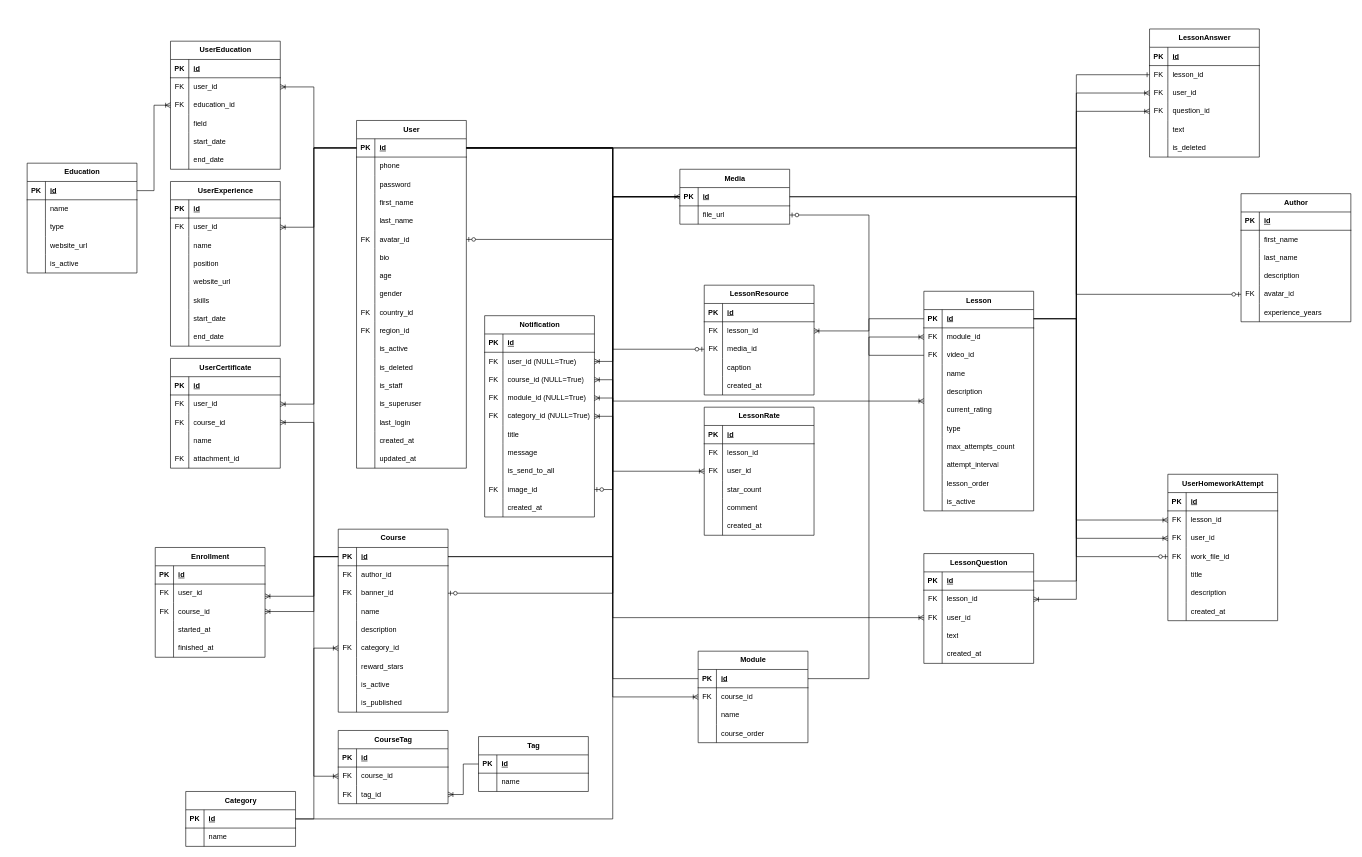
UIC-Academy/uicdev keeps this draw.io diagram as docs/uicdev.drawio. Above is the earlier version. Source tidied: cells renumbered, new cells numbered last; positions are measured from the earlier drawing's top-left corner, leaving out a move shared by most shapes. Both pictures are drawn from the tidied source at 61%, with x=0, y=0 at pixel (27, 29).
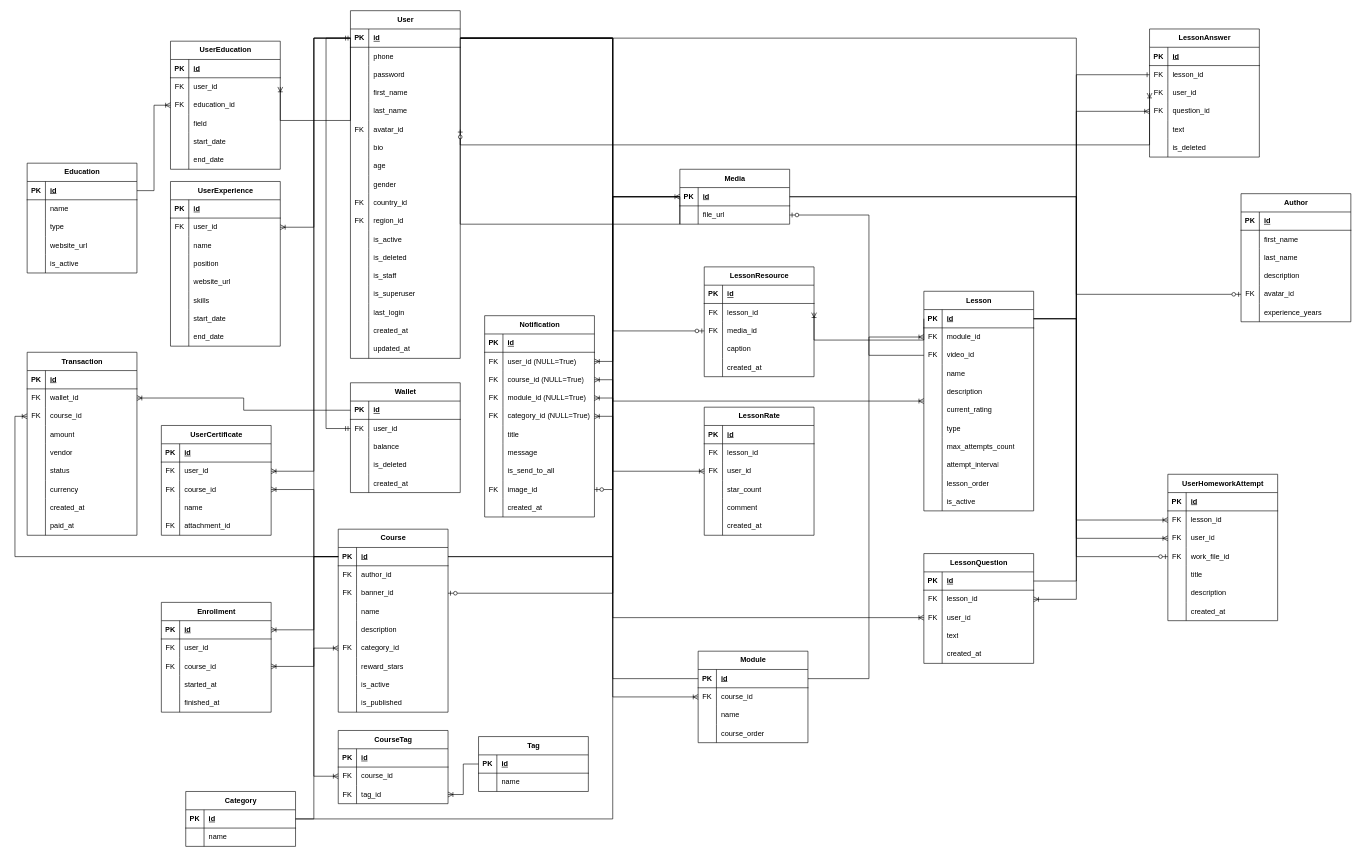
After the change.

The change refers to these unchanged cells:
```xml
<mxCell id="3" style="shape=tableRow;horizontal=0;startSize=0;swimlaneHead=0;swimlaneBody=0;fillColor=none;points=[[0,0.5],[1,0.5]];portConstraint=eastwest;top=0;left=0;right=0;bottom=1;" parent="2" vertex="1">
  <mxGeometry y="30" width="180" height="30" as="geometry" />
</mxCell>
<mxCell id="135" style="shape=tableRow;horizontal=0;startSize=0;swimlaneHead=0;swimlaneBody=0;fillColor=none;points=[[0,0.5],[1,0.5]];portConstraint=eastwest;top=0;left=0;right=0;bottom=1;" parent="134" vertex="1">
  <mxGeometry y="30" width="180" height="30" as="geometry" />
</mxCell>
```

Diff of the diagram source:
```diff
@@
     <mxCell id="2" value="User" style="shape=table;startSize=30;childLayout=tableLayout;rowLines=0;fontStyle=1;align=center;html=1;" parent="1" vertex="1">
-      <mxGeometry x="540" y="150" width="180" height="570" as="geometry" />
+      <mxGeometry x="530" y="-30" width="180" height="570" as="geometry" />
     </mxCell>
@@
     <mxCell id="118" value="UserCertificate" style="shape=table;startSize=30;childLayout=tableLayout;rowLines=0;fontStyle=1;align=center;html=1;" parent="1" vertex="1">
-      <mxGeometry x="235" y="540" width="180" height="180" as="geometry" />
+      <mxGeometry x="220" y="650" width="180" height="180" as="geometry" />
     </mxCell>
@@
     <mxCell id="203" value="Enrollment" style="shape=table;startSize=30;childLayout=tableLayout;rowLines=0;fontStyle=1;align=center;html=1;" parent="1" vertex="1">
-      <mxGeometry x="210" y="850" width="180" height="180" as="geometry" />
+      <mxGeometry x="220" y="940" width="180" height="180" as="geometry" />
     </mxCell>
@@
-    <mxCell id="219" style="edgeStyle=elbowEdgeStyle;fontSize=12;html=1;endArrow=ERoneToMany;rounded=0;exitX=0;exitY=0.5;exitDx=0;exitDy=0;" parent="1" edge="1" source="3">
+    <mxCell id="219" style="edgeStyle=elbowEdgeStyle;fontSize=12;html=1;endArrow=ERoneToMany;rounded=0;exitX=0;exitY=0.5;exitDx=0;exitDy=0;entryX=1;entryY=0.25;entryDx=0;entryDy=0;" parent="1" edge="1" source="3" target="203">
       <mxGeometry relative="1" as="geometry">
-        <mxPoint x="390" y="930" as="targetPoint" />
         <Array as="points">
           <mxPoint x="470" y="560" />
         </Array>
       </mxGeometry>
     </mxCell>
@@
     <mxCell id="256" value="LessonResource" style="shape=table;startSize=30;childLayout=tableLayout;rowLines=0;fontStyle=1;align=center;html=1;" parent="1" vertex="1">
-      <mxGeometry x="1110" y="420" width="180" height="180" as="geometry" />
+      <mxGeometry x="1110" y="390" width="180" height="180" as="geometry" />
     </mxCell>
@@
+    <mxCell id="431" value="Wallet" style="shape=table;startSize=30;childLayout=tableLayout;rowLines=0;fontStyle=1;align=center;html=1;" parent="1" vertex="1">
+      <mxGeometry x="530" y="580" width="180" height="180" as="geometry" />
+    </mxCell>
+    <mxCell id="432" style="shape=tableRow;horizontal=0;startSize=0;swimlaneHead=0;swimlaneBody=0;fillColor=none;points=[[0,0.5],[1,0.5]];portConstraint=eastwest;top=0;left=0;right=0;bottom=1;" parent="431" vertex="1">
+      <mxGeometry y="30" width="180" height="30" as="geometry" />
+    </mxCell>
+    <mxCell id="433" value="PK" style="shape=partialRectangle;fillColor=none;top=0;left=0;bottom=0;right=0;fontStyle=1;overflow=hidden;whiteSpace=wrap;html=1;" parent="432" vertex="1">
+      <mxGeometry width="30" height="30" as="geometry" />
+    </mxCell>
+    <mxCell id="434" value="id" style="shape=partialRectangle;fillColor=none;top=0;left=0;bottom=0;right=0;align=left;spacingLeft=6;fontStyle=5;overflow=hidden;whiteSpace=wrap;html=1;" parent="432" vertex="1">
+      <mxGeometry x="30" width="150" height="30" as="geometry" />
+    </mxCell>
+    <mxCell id="435" style="shape=tableRow;horizontal=0;startSize=0;swimlaneHead=0;swimlaneBody=0;fillColor=none;points=[[0,0.5],[1,0.5]];portConstraint=eastwest;top=0;left=0;right=0;bottom=0;" parent="431" vertex="1">
+      <mxGeometry y="60" width="180" height="30" as="geometry" />
+    </mxCell>
+    <mxCell id="436" value="FK" style="shape=partialRectangle;fillColor=none;top=0;left=0;bottom=0;right=0;overflow=hidden;whiteSpace=wrap;html=1;" parent="435" vertex="1">
+      <mxGeometry width="30" height="30" as="geometry" />
+    </mxCell>
+    <mxCell id="437" value="user_id" style="shape=partialRectangle;fillColor=none;top=0;left=0;bottom=0;right=0;align=left;spacingLeft=6;overflow=hidden;whiteSpace=wrap;html=1;" parent="435" vertex="1">
+      <mxGeometry x="30" width="150" height="30" as="geometry" />
+    </mxCell>
+    <mxCell id="438" style="shape=tableRow;horizontal=0;startSize=0;swimlaneHead=0;swimlaneBody=0;fillColor=none;top=0;left=0;right=0;bottom=0;" parent="431" vertex="1">
+      <mxGeometry y="90" width="180" height="30" as="geometry" />
+    </mxCell>
+    <mxCell id="439" style="shape=partialRectangle;fillColor=none;top=0;left=0;bottom=0;right=0;overflow=hidden;whiteSpace=wrap;html=1;" parent="438" vertex="1">
+      <mxGeometry width="30" height="30" as="geometry" />
+    </mxCell>
+    <mxCell id="440" value="balance" style="shape=partialRectangle;fillColor=none;top=0;left=0;bottom=0;right=0;align=left;spacingLeft=6;overflow=hidden;whiteSpace=wrap;html=1;" parent="438" vertex="1">
+      <mxGeometry x="30" width="150" height="30" as="geometry" />
+    </mxCell>
+    <mxCell id="441" style="shape=tableRow;horizontal=0;startSize=0;swimlaneHead=0;swimlaneBody=0;fillColor=none;top=0;left=0;right=0;bottom=0;" parent="431" vertex="1">
+      <mxGeometry y="120" width="180" height="30" as="geometry" />
+    </mxCell>
+    <mxCell id="442" style="shape=partialRectangle;fillColor=none;top=0;left=0;bottom=0;right=0;overflow=hidden;whiteSpace=wrap;html=1;" parent="441" vertex="1">
+      <mxGeometry width="30" height="30" as="geometry" />
+    </mxCell>
+    <mxCell id="443" value="is_deleted" style="shape=partialRectangle;fillColor=none;top=0;left=0;bottom=0;right=0;align=left;spacingLeft=6;overflow=hidden;whiteSpace=wrap;html=1;" parent="441" vertex="1">
+      <mxGeometry x="30" width="150" height="30" as="geometry" />
+    </mxCell>
+    <mxCell id="444" style="shape=tableRow;horizontal=0;startSize=0;swimlaneHead=0;swimlaneBody=0;fillColor=none;top=0;left=0;right=0;bottom=0;" parent="431" vertex="1">
+      <mxGeometry y="150" width="180" height="30" as="geometry" />
+    </mxCell>
+    <mxCell id="445" style="shape=partialRectangle;fillColor=none;top=0;left=0;bottom=0;right=0;overflow=hidden;whiteSpace=wrap;html=1;" parent="444" vertex="1">
+      <mxGeometry width="30" height="30" as="geometry" />
+    </mxCell>
+    <mxCell id="446" value="created_at" style="shape=partialRectangle;fillColor=none;top=0;left=0;bottom=0;right=0;align=left;spacingLeft=6;overflow=hidden;whiteSpace=wrap;html=1;" parent="444" vertex="1">
+      <mxGeometry x="30" width="150" height="30" as="geometry" />
+    </mxCell>
+    <mxCell id="447" value="Transaction" style="shape=table;startSize=30;childLayout=tableLayout;rowLines=0;fontStyle=1;align=center;html=1;" parent="1" vertex="1">
+      <mxGeometry y="530" width="180" height="300" as="geometry" />
+    </mxCell>
+    <mxCell id="448" style="shape=tableRow;horizontal=0;startSize=0;swimlaneHead=0;swimlaneBody=0;fillColor=none;top=0;left=0;right=0;bottom=1;" parent="447" vertex="1">
+      <mxGeometry y="30" width="180" height="30" as="geometry" />
+    </mxCell>
+    <mxCell id="449" value="PK" style="shape=partialRectangle;fillColor=none;top=0;left=0;bottom=0;right=0;fontStyle=1;overflow=hidden;whiteSpace=wrap;html=1;" parent="448" vertex="1">
+      <mxGeometry width="30" height="30" as="geometry" />
+    </mxCell>
+    <mxCell id="450" value="id" style="shape=partialRectangle;fillColor=none;top=0;left=0;bottom=0;right=0;align=left;spacingLeft=6;fontStyle=5;overflow=hidden;whiteSpace=wrap;html=1;" parent="448" vertex="1">
+      <mxGeometry x="30" width="150" height="30" as="geometry" />
+    </mxCell>
+    <mxCell id="451" style="shape=tableRow;horizontal=0;startSize=0;swimlaneHead=0;swimlaneBody=0;fillColor=none;points=[[0,0.5],[1,0.5]];portConstraint=eastwest;top=0;left=0;right=0;bottom=0;" parent="447" vertex="1">
+      <mxGeometry y="60" width="180" height="30" as="geometry" />
+    </mxCell>
+    <mxCell id="452" value="FK" style="shape=partialRectangle;fillColor=none;top=0;left=0;bottom=0;right=0;overflow=hidden;whiteSpace=wrap;html=1;" parent="451" vertex="1">
+      <mxGeometry width="30" height="30" as="geometry" />
+    </mxCell>
+    <mxCell id="453" value="wallet_id" style="shape=partialRectangle;fillColor=none;top=0;left=0;bottom=0;right=0;align=left;spacingLeft=6;overflow=hidden;whiteSpace=wrap;html=1;" parent="451" vertex="1">
+      <mxGeometry x="30" width="150" height="30" as="geometry" />
+    </mxCell>
+    <mxCell id="454" style="shape=tableRow;horizontal=0;startSize=0;swimlaneHead=0;swimlaneBody=0;fillColor=none;points=[[0,0.5],[1,0.5]];portConstraint=eastwest;top=0;left=0;right=0;bottom=0;" parent="447" vertex="1">
+      <mxGeometry y="90" width="180" height="30" as="geometry" />
+    </mxCell>
+    <mxCell id="455" value="FK" style="shape=partialRectangle;fillColor=none;top=0;left=0;bottom=0;right=0;overflow=hidden;whiteSpace=wrap;html=1;" parent="454" vertex="1">
+      <mxGeometry width="30" height="30" as="geometry" />
+    </mxCell>
+    <mxCell id="456" value="course_id" style="shape=partialRectangle;fillColor=none;top=0;left=0;bottom=0;right=0;align=left;spacingLeft=6;overflow=hidden;whiteSpace=wrap;html=1;" parent="454" vertex="1">
+      <mxGeometry x="30" width="150" height="30" as="geometry" />
+    </mxCell>
+    <mxCell id="457" style="shape=tableRow;horizontal=0;startSize=0;swimlaneHead=0;swimlaneBody=0;fillColor=none;top=0;left=0;right=0;bottom=0;" parent="447" vertex="1">
+      <mxGeometry y="120" width="180" height="30" as="geometry" />
+    </mxCell>
+    <mxCell id="458" style="shape=partialRectangle;fillColor=none;top=0;left=0;bottom=0;right=0;overflow=hidden;whiteSpace=wrap;html=1;" parent="457" vertex="1">
+      <mxGeometry width="30" height="30" as="geometry" />
+    </mxCell>
+    <mxCell id="459" value="amount" style="shape=partialRectangle;fillColor=none;top=0;left=0;bottom=0;right=0;align=left;spacingLeft=6;overflow=hidden;whiteSpace=wrap;html=1;" parent="457" vertex="1">
+      <mxGeometry x="30" width="150" height="30" as="geometry" />
+    </mxCell>
+    <mxCell id="460" style="shape=tableRow;horizontal=0;startSize=0;swimlaneHead=0;swimlaneBody=0;fillColor=none;top=0;left=0;right=0;bottom=0;" parent="447" vertex="1">
+      <mxGeometry y="150" width="180" height="30" as="geometry" />
+    </mxCell>
+    <mxCell id="461" style="shape=partialRectangle;fillColor=none;top=0;left=0;bottom=0;right=0;overflow=hidden;whiteSpace=wrap;html=1;" parent="460" vertex="1">
+      <mxGeometry width="30" height="30" as="geometry" />
+    </mxCell>
+    <mxCell id="462" value="vendor" style="shape=partialRectangle;fillColor=none;top=0;left=0;bottom=0;right=0;align=left;spacingLeft=6;overflow=hidden;whiteSpace=wrap;html=1;" parent="460" vertex="1">
+      <mxGeometry x="30" width="150" height="30" as="geometry" />
+    </mxCell>
+    <mxCell id="463" style="shape=tableRow;horizontal=0;startSize=0;swimlaneHead=0;swimlaneBody=0;fillColor=none;top=0;left=0;right=0;bottom=0;" parent="447" vertex="1">
+      <mxGeometry y="180" width="180" height="30" as="geometry" />
+    </mxCell>
+    <mxCell id="464" style="shape=partialRectangle;fillColor=none;top=0;left=0;bottom=0;right=0;overflow=hidden;whiteSpace=wrap;html=1;" parent="463" vertex="1">
+      <mxGeometry width="30" height="30" as="geometry" />
+    </mxCell>
+    <mxCell id="465" value="status" style="shape=partialRectangle;fillColor=none;top=0;left=0;bottom=0;right=0;align=left;spacingLeft=6;overflow=hidden;whiteSpace=wrap;html=1;" parent="463" vertex="1">
+      <mxGeometry x="30" width="150" height="30" as="geometry" />
+    </mxCell>
+    <mxCell id="466" style="shape=tableRow;horizontal=0;startSize=0;swimlaneHead=0;swimlaneBody=0;fillColor=none;top=0;left=0;right=0;bottom=0;" parent="447" vertex="1">
+      <mxGeometry y="210" width="180" height="30" as="geometry" />
+    </mxCell>
+    <mxCell id="467" style="shape=partialRectangle;fillColor=none;top=0;left=0;bottom=0;right=0;overflow=hidden;whiteSpace=wrap;html=1;" parent="466" vertex="1">
+      <mxGeometry width="30" height="30" as="geometry" />
+    </mxCell>
+    <mxCell id="468" value="currency" style="shape=partialRectangle;fillColor=none;top=0;left=0;bottom=0;right=0;align=left;spacingLeft=6;overflow=hidden;whiteSpace=wrap;html=1;" parent="466" vertex="1">
+      <mxGeometry x="30" width="150" height="30" as="geometry" />
+    </mxCell>
+    <mxCell id="469" style="shape=tableRow;horizontal=0;startSize=0;swimlaneHead=0;swimlaneBody=0;fillColor=none;top=0;left=0;right=0;bottom=0;" parent="447" vertex="1">
+      <mxGeometry y="240" width="180" height="30" as="geometry" />
+    </mxCell>
+    <mxCell id="470" style="shape=partialRectangle;fillColor=none;top=0;left=0;bottom=0;right=0;overflow=hidden;whiteSpace=wrap;html=1;" parent="469" vertex="1">
+      <mxGeometry width="30" height="30" as="geometry" />
+    </mxCell>
+    <mxCell id="471" value="created_at" style="shape=partialRectangle;fillColor=none;top=0;left=0;bottom=0;right=0;align=left;spacingLeft=6;overflow=hidden;whiteSpace=wrap;html=1;" parent="469" vertex="1">
+      <mxGeometry x="30" width="150" height="30" as="geometry" />
+    </mxCell>
+    <mxCell id="472" style="shape=tableRow;horizontal=0;startSize=0;swimlaneHead=0;swimlaneBody=0;fillColor=none;top=0;left=0;right=0;bottom=0;" parent="447" vertex="1">
+      <mxGeometry y="270" width="180" height="30" as="geometry" />
+    </mxCell>
+    <mxCell id="473" style="shape=partialRectangle;fillColor=none;top=0;left=0;bottom=0;right=0;overflow=hidden;whiteSpace=wrap;html=1;" parent="472" vertex="1">
+      <mxGeometry width="30" height="30" as="geometry" />
+    </mxCell>
+    <mxCell id="474" value="paid_at" style="shape=partialRectangle;fillColor=none;top=0;left=0;bottom=0;right=0;align=left;spacingLeft=6;overflow=hidden;whiteSpace=wrap;html=1;" parent="472" vertex="1">
+      <mxGeometry x="30" width="150" height="30" as="geometry" />
+    </mxCell>
+    <mxCell id="475" style="edgeStyle=elbowEdgeStyle;fontSize=12;html=1;endArrow=ERmandOne;startArrow=ERmandOne;rounded=0;entryX=0;entryY=0.5;entryDx=0;entryDy=0;exitX=0;exitY=0.5;exitDx=0;exitDy=0;" parent="1" edge="1" source="435" target="3">
+      <mxGeometry relative="1" as="geometry">
+        <Array as="points">
+          <mxPoint x="490" y="340" />
+        </Array>
+      </mxGeometry>
+    </mxCell>
+    <mxCell id="476" style="edgeStyle=elbowEdgeStyle;fontSize=12;html=1;endArrow=ERoneToMany;rounded=0;exitX=0;exitY=0.5;exitDx=0;exitDy=0;entryX=1;entryY=0.5;entryDx=0;entryDy=0;" parent="1" edge="1" source="432" target="451">
+      <mxGeometry relative="1" as="geometry" />
+    </mxCell>
+    <mxCell id="477" style="edgeStyle=elbowEdgeStyle;fontSize=12;html=1;endArrow=ERoneToMany;rounded=0;exitX=0;exitY=0.5;exitDx=0;exitDy=0;entryX=0;entryY=0.5;entryDx=0;entryDy=0;" parent="1" edge="1" source="135" target="454">
+      <mxGeometry relative="1" as="geometry">
+        <Array as="points">
+          <mxPoint x="-20" y="760" />
+        </Array>
+      </mxGeometry>
+    </mxCell>
```
